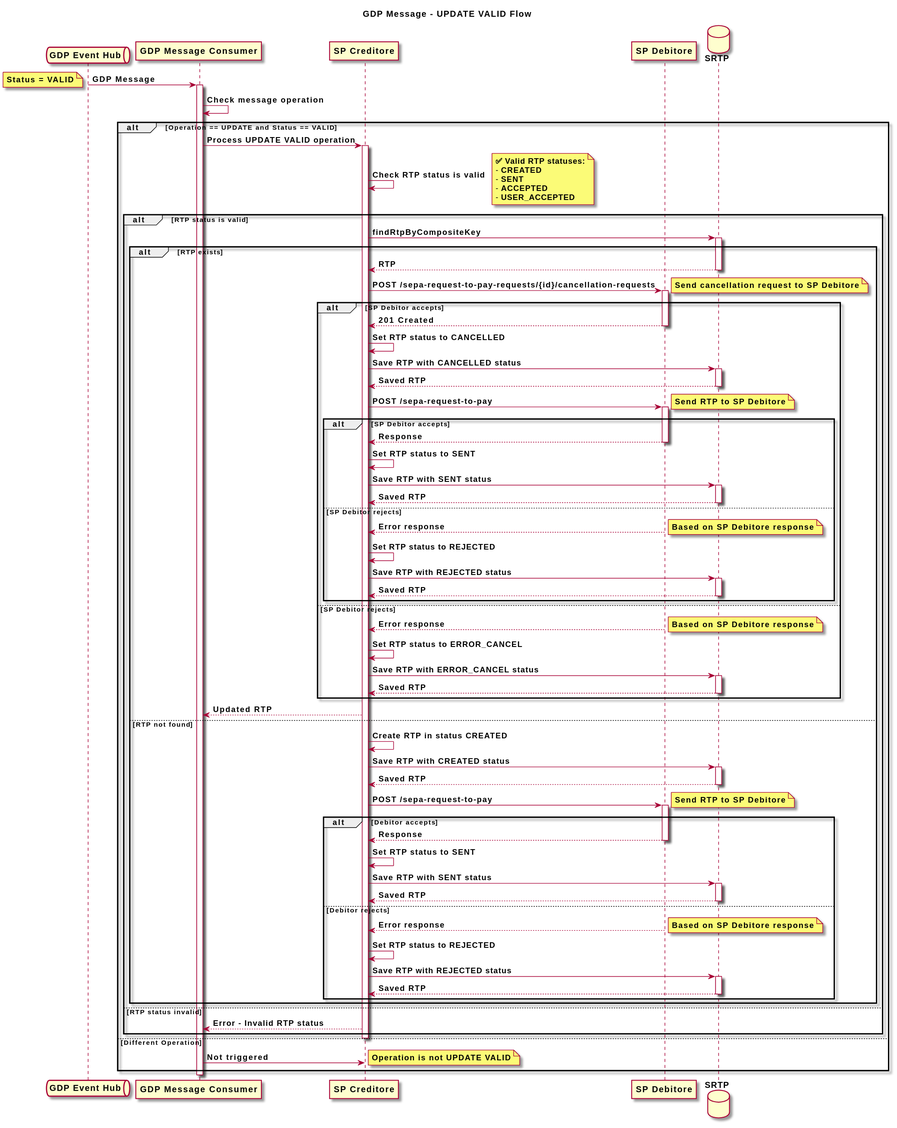
Earlier version of the PlantUML export diagrams/update-valid-queue-schema.svg (pagopa/rtp-docs).
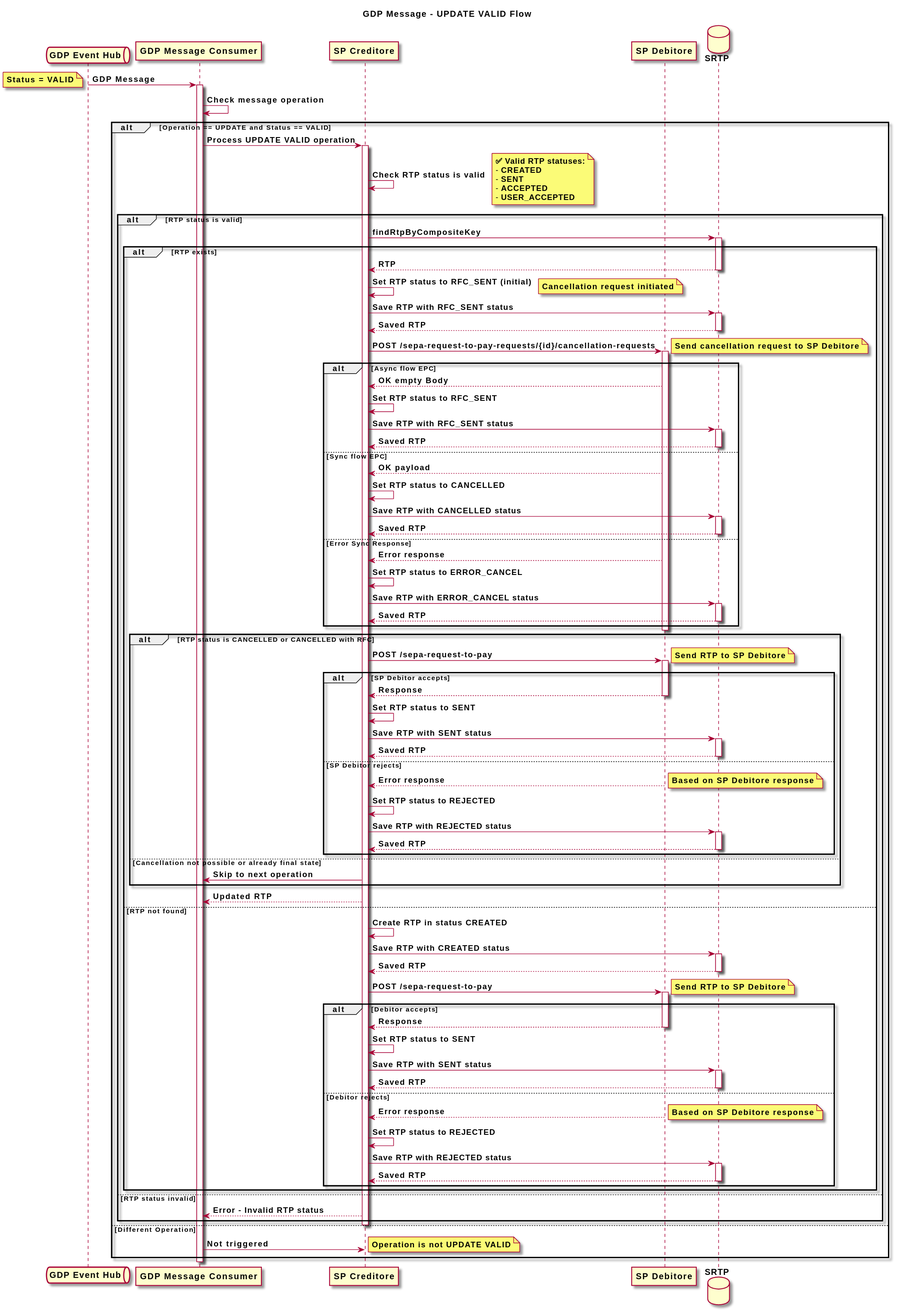
The same diagram one commit later.

What changed in the source:
```diff
@@ -35,21 +35,44 @@
       SRTP --> SPC: **RTP**
       deactivate SRTP
 
+      SPC -> SPC: **Set RTP status to RFC_SENT (initial)**
+      note right: **Cancellation request initiated**
+      SPC -> SRTP: **Save RTP with RFC_SENT status**
+      activate SRTP
+      SRTP --> SPC: **Saved RTP**
+      deactivate SRTP
+
       SPC -> SPD: **POST /sepa-request-to-pay-requests/{id}/cancellation-requests**
       note right: **Send cancellation request to SP Debitore**
       activate SPD
 
-      alt **SP Debitor accepts**
-        SPD --> SPC: **201 Created**
-        deactivate SPD
-
+      alt **Async flow EPC**
+        SPD --> SPC: **OK empty Body**
+        SPC -> SPC: **Set RTP status to RFC_SENT**
+        SPC -> SRTP: **Save RTP with RFC_SENT status**
+        activate SRTP
+        SRTP --> SPC: **Saved RTP**
+        deactivate SRTP
+      else **Sync flow EPC**
+        SPD --> SPC: **OK payload**
         SPC -> SPC: **Set RTP status to CANCELLED**
-
         SPC -> SRTP: **Save RTP with CANCELLED status**
         activate SRTP
         SRTP --> SPC: **Saved RTP**
         deactivate SRTP
 
+      else **Error Sync Response**
+        SPD --> SPC: **Error response**
+        SPC -> SPC: **Set RTP status to ERROR_CANCEL**
+        SPC -> SRTP: **Save RTP with ERROR_CANCEL status**
+        activate SRTP
+        SRTP --> SPC: **Saved RTP**
+        deactivate SRTP
+      end
+
+      deactivate SPD
+
+      alt **RTP status is CANCELLED or CANCELLED with RFC**
         SPC -> SPD: **POST /sepa-request-to-pay**
         note right: **Send RTP to SP Debitore**
         activate SPD
@@ -78,17 +101,8 @@
           deactivate SRTP
         end
 
-      else **SP Debitor rejects**
-        SPD --> SPC: **Error response**
-        deactivate SPD
-        note right: **Based on SP Debitore response**
-
-        SPC -> SPC: **Set RTP status to ERROR_CANCEL**
-
-        SPC -> SRTP: **Save RTP with ERROR_CANCEL status**
-        activate SRTP
-        SRTP --> SPC: **Saved RTP**
-        deactivate SRTP
+      else **Cancellation not possible or already final state**
+        SPC -> Consumer: **Skip to next operation**
       end
 
       SPC --> Consumer: **Updated RTP**
```
